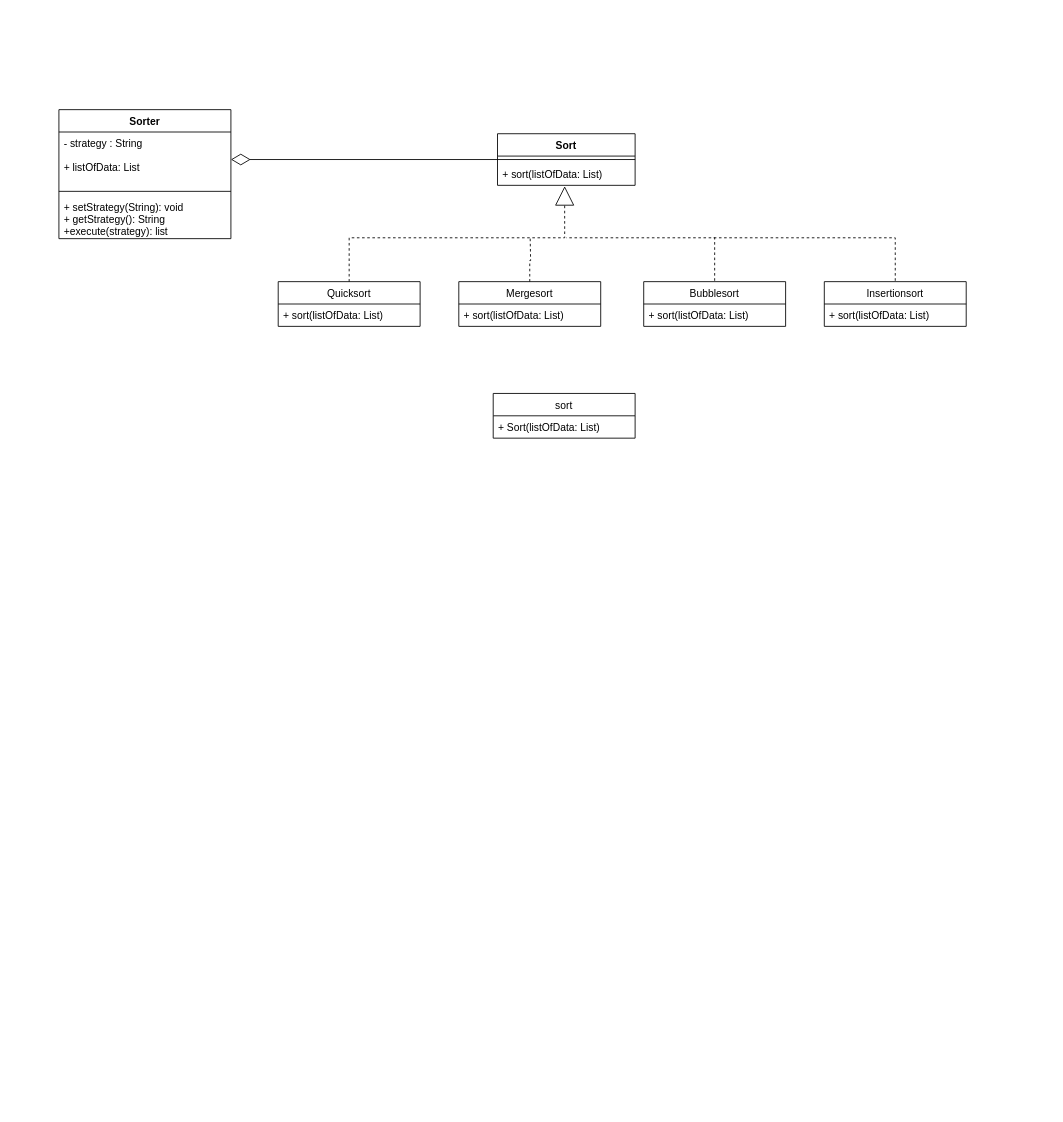
The draw.io diagram page "Page-1" (1 of 2) of SE-HW3.drawio in LiamFallon213/charts-diagrams.net-, before the edit. Source tidied: cells renumbered, new cells numbered last; positions are measured from the earlier drawing's top-left corner, leaving out a move shared by most shapes. Both pictures are drawn from the tidied source at 86%, with x=0, y=0 at pixel (58, 109).
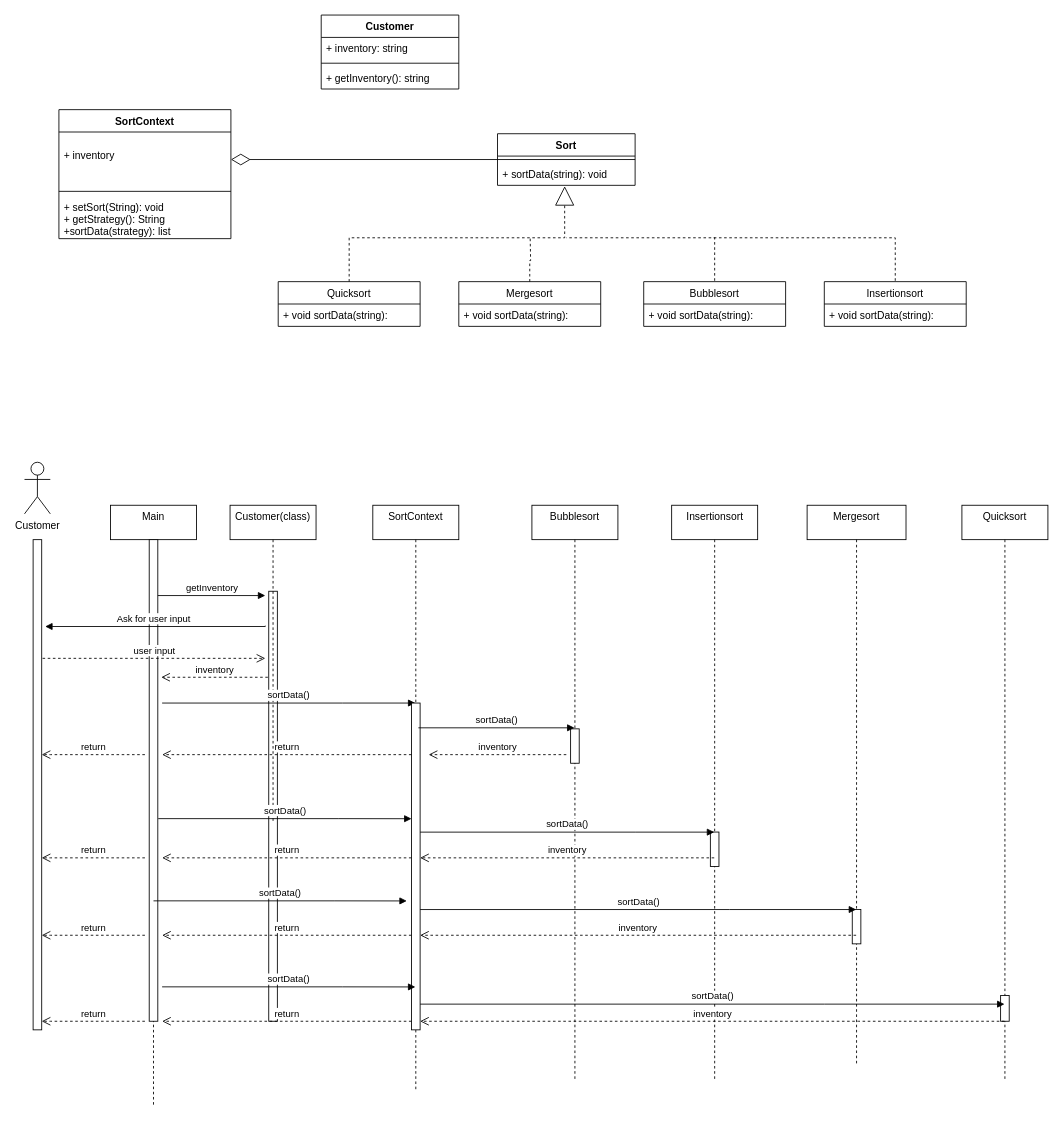
The same page after the edit.

The change refers to these unchanged cells:
```xml
<mxCell id="7" value="Sort" style="swimlane;fontStyle=1;align=center;verticalAlign=top;horizontal=1;startSize=26;" parent="1" vertex="1">
  <mxGeometry x="510" y="28" width="160" height="60" as="geometry" />
</mxCell>
<mxCell id="11" value="Quicksort" style="swimlane;fontStyle=0;horizontal=1;startSize=26;fillColor=none;" parent="1" vertex="1">
  <mxGeometry x="255" y="200" width="165" height="52" as="geometry" />
</mxCell>
<mxCell id="14" value="Mergesort" style="swimlane;fontStyle=0;horizontal=1;startSize=26;fillColor=none;" parent="1" vertex="1">
  <mxGeometry x="465" y="200" width="165" height="52" as="geometry" />
</mxCell>
<mxCell id="17" value="Insertionsort" style="swimlane;fontStyle=0;horizontal=1;startSize=26;fillColor=none;" parent="1" vertex="1">
  <mxGeometry x="890" y="200" width="165" height="52" as="geometry" />
</mxCell>
<mxCell id="20" value="Bubblesort" style="swimlane;fontStyle=0;horizontal=1;startSize=26;fillColor=none;" parent="1" vertex="1">
  <mxGeometry x="680" y="200" width="165" height="52" as="geometry" />
</mxCell>
```

The edit, as a diff of the source:
```diff
@@
+    <mxCell id="24" style="html=1;perimeter=orthogonalPerimeter;align=center;verticalAlign=top;" parent="1" vertex="1">
+      <mxGeometry x="244" y="560" width="10" height="500" as="geometry" />
+    </mxCell>
+    <mxCell id="25" value="Customer(class)" style="shape=umlLifeline;perimeter=lifelinePerimeter;whiteSpace=wrap;html=1;align=center;verticalAlign=top;" parent="1" vertex="1">
+      <mxGeometry x="199" y="460" width="100" height="370" as="geometry" />
+    </mxCell>
+    <mxCell id="26" value="sortData()" style="html=1;verticalAlign=bottom;endArrow=block;rounded=0;edgeStyle=orthogonalEdgeStyle;" parent="25" edge="1">
+      <mxGeometry relative="1" as="geometry">
+        <mxPoint x="-83.5" y="364.4" as="sourcePoint" />
+        <mxPoint x="211" y="364.5" as="targetPoint" />
+        <Array as="points">
+          <mxPoint x="126.5" y="364.4" />
+          <mxPoint x="126.5" y="364.4" />
+        </Array>
+      </mxGeometry>
+    </mxCell>
-    <mxCell id="2" value="Sorter" style="swimlane;fontStyle=1;align=center;verticalAlign=top;horizontal=1;startSize=26;" parent="1" vertex="1">
+    <mxCell id="2" value="SortContext" style="swimlane;fontStyle=1;align=center;verticalAlign=top;horizontal=1;startSize=26;" parent="1" vertex="1">
       <mxGeometry width="200" height="150" as="geometry" />
     </mxCell>
-    <mxCell id="3" value="- strategy : String&#10;&#10;+ listOfData: List&#10;&#10;&#10;" style="text;strokeColor=none;fillColor=none;align=left;verticalAlign=top;spacingLeft=4;spacingRight=4;overflow=hidden;points=[[0,0.5],[1,0.5]];portConstraint=eastwest;" parent="2" vertex="1">
+    <mxCell id="3" value="&#10;+ inventory&#10;&#10;&#10;" style="text;strokeColor=none;fillColor=none;align=left;verticalAlign=top;spacingLeft=4;spacingRight=4;overflow=hidden;points=[[0,0.5],[1,0.5]];portConstraint=eastwest;" parent="2" vertex="1">
       <mxGeometry y="26" width="200" height="64" as="geometry" />
     </mxCell>
@@
-    <mxCell id="5" value="+ setStrategy(String): void&#10;+ getStrategy(): String&#10;+execute(strategy): list&#10;" style="text;strokeColor=none;fillColor=none;align=left;verticalAlign=top;spacingLeft=4;spacingRight=4;overflow=hidden;" parent="2" vertex="1">
+    <mxCell id="5" value="+ setSort(String): void&#10;+ getStrategy(): String&#10;+sortData(strategy): list&#10;" style="text;strokeColor=none;fillColor=none;align=left;verticalAlign=top;spacingLeft=4;spacingRight=4;overflow=hidden;" parent="2" vertex="1">
       <mxGeometry y="100" width="200" height="50" as="geometry" />
     </mxCell>
@@
-    <mxCell id="9" value="+ sort(listOfData: List)" style="text;strokeColor=none;fillColor=none;align=left;verticalAlign=top;spacingLeft=4;spacingRight=4;overflow=hidden;points=[[0,0.5],[1,0.5]];portConstraint=eastwest;" parent="7" vertex="1">
+    <mxCell id="9" value="+ sortData(string): void" style="text;strokeColor=none;fillColor=none;align=left;verticalAlign=top;spacingLeft=4;spacingRight=4;overflow=hidden;points=[[0,0.5],[1,0.5]];portConstraint=eastwest;" parent="7" vertex="1">
       <mxGeometry y="34" width="160" height="26" as="geometry" />
     </mxCell>
@@
-    <mxCell id="12" value="+ sort(listOfData: List)" style="text;strokeColor=none;fillColor=none;align=left;verticalAlign=top;spacingLeft=4;spacingRight=4;overflow=hidden;" parent="11" vertex="1">
+    <mxCell id="12" value="+ void sortData(string): " style="text;strokeColor=none;fillColor=none;align=left;verticalAlign=top;spacingLeft=4;spacingRight=4;overflow=hidden;" parent="11" vertex="1">
       <mxGeometry y="26" width="165" height="26" as="geometry" />
     </mxCell>
@@
-    <mxCell id="15" value="+ sort(listOfData: List)" style="text;strokeColor=none;fillColor=none;align=left;verticalAlign=top;spacingLeft=4;spacingRight=4;overflow=hidden;" parent="14" vertex="1">
+    <mxCell id="15" value="+ void sortData(string):" style="text;strokeColor=none;fillColor=none;align=left;verticalAlign=top;spacingLeft=4;spacingRight=4;overflow=hidden;" parent="14" vertex="1">
       <mxGeometry y="26" width="165" height="26" as="geometry" />
     </mxCell>
@@
-    <mxCell id="18" value="+ sort(listOfData: List)" style="text;strokeColor=none;fillColor=none;align=left;verticalAlign=top;spacingLeft=4;spacingRight=4;overflow=hidden;" parent="17" vertex="1">
+    <mxCell id="18" value="+ void sortData(string):" style="text;strokeColor=none;fillColor=none;align=left;verticalAlign=top;spacingLeft=4;spacingRight=4;overflow=hidden;" parent="17" vertex="1">
       <mxGeometry y="26" width="165" height="26" as="geometry" />
     </mxCell>
@@
-    <mxCell id="21" value="+ sort(listOfData: List)" style="text;strokeColor=none;fillColor=none;align=left;verticalAlign=top;spacingLeft=4;spacingRight=4;overflow=hidden;" parent="20" vertex="1">
+    <mxCell id="21" value="+ void sortData(string):" style="text;strokeColor=none;fillColor=none;align=left;verticalAlign=top;spacingLeft=4;spacingRight=4;overflow=hidden;" parent="20" vertex="1">
       <mxGeometry y="26" width="165" height="26" as="geometry" />
     </mxCell>
-    <mxCell id="22" value="sort" style="swimlane;fontStyle=0;horizontal=1;startSize=26;fillColor=none;" parent="1" vertex="1">
-      <mxGeometry x="505" y="330" width="165" height="52" as="geometry" />
-    </mxCell>
-    <mxCell id="23" value="+ Sort(listOfData: List)" style="text;strokeColor=none;fillColor=none;align=left;verticalAlign=top;spacingLeft=4;spacingRight=4;overflow=hidden;" parent="22" vertex="1">
-      <mxGeometry y="26" width="165" height="26" as="geometry" />
-    </mxCell>
+    <mxCell id="27" value="Customer" style="swimlane;fontStyle=1;align=center;verticalAlign=top;horizontal=1;startSize=26;" parent="1" vertex="1">
+      <mxGeometry x="305" y="-110" width="160" height="86" as="geometry" />
+    </mxCell>
+    <mxCell id="28" value="+ inventory: string" style="text;strokeColor=none;fillColor=none;align=left;verticalAlign=top;spacingLeft=4;spacingRight=4;overflow=hidden;" parent="27" vertex="1">
+      <mxGeometry y="26" width="160" height="26" as="geometry" />
+    </mxCell>
+    <mxCell id="29" style="line;strokeWidth=1;fillColor=none;align=left;verticalAlign=middle;spacingTop=-1;spacingLeft=3;spacingRight=3;labelPosition=right;" parent="27" vertex="1">
+      <mxGeometry y="52" width="160" height="8" as="geometry" />
+    </mxCell>
+    <mxCell id="30" value="+ getInventory(): string" style="text;strokeColor=none;fillColor=none;align=left;verticalAlign=top;spacingLeft=4;spacingRight=4;overflow=hidden;" parent="27" vertex="1">
+      <mxGeometry y="60" width="160" height="26" as="geometry" />
+    </mxCell>
+    <mxCell id="31" value="Main" style="shape=umlLifeline;perimeter=lifelinePerimeter;whiteSpace=wrap;html=1;align=center;verticalAlign=top;" parent="1" vertex="1">
+      <mxGeometry x="60" y="460" width="100" height="700" as="geometry" />
+    </mxCell>
+    <mxCell id="32" style="html=1;perimeter=orthogonalPerimeter;align=center;verticalAlign=top;" parent="31" vertex="1">
+      <mxGeometry x="45" y="40" width="10" height="560" as="geometry" />
+    </mxCell>
+    <mxCell id="33" value="sortData()" style="html=1;verticalAlign=bottom;endArrow=block;rounded=0;edgeStyle=orthogonalEdgeStyle;" parent="31" edge="1" target="40">
+      <mxGeometry relative="1" as="geometry">
+        <mxPoint x="60" y="230" as="sourcePoint" />
+        <Array as="points">
+          <mxPoint x="270" y="230" />
+          <mxPoint x="270" y="230" />
+        </Array>
+      </mxGeometry>
+    </mxCell>
+    <mxCell id="34" value="getInventory" style="html=1;verticalAlign=bottom;endArrow=block;rounded=0;edgeStyle=orthogonalEdgeStyle;" parent="1" edge="1">
+      <mxGeometry relative="1" as="geometry">
+        <mxPoint x="115" y="565" as="sourcePoint" />
+        <mxPoint x="240" y="565" as="targetPoint" />
+        <Array as="points">
+          <mxPoint x="115" y="565" />
+          <mxPoint x="180" y="565" />
+        </Array>
+      </mxGeometry>
+    </mxCell>
+    <mxCell id="35" value="Customer" style="shape=umlActor;verticalLabelPosition=bottom;verticalAlign=top;html=1;" parent="1" vertex="1">
+      <mxGeometry x="-40" y="410" width="30" height="60" as="geometry" />
+    </mxCell>
+    <mxCell id="36" style="html=1;perimeter=orthogonalPerimeter;align=center;verticalAlign=top;" parent="1" vertex="1">
+      <mxGeometry x="-30" y="500" width="10" height="570" as="geometry" />
+    </mxCell>
+    <mxCell id="37" value="Ask for user input" style="html=1;verticalAlign=bottom;endArrow=block;rounded=0;edgeStyle=orthogonalEdgeStyle;" parent="1" edge="1">
+      <mxGeometry x="0.02" relative="1" as="geometry">
+        <mxPoint x="240" y="600" as="sourcePoint" />
+        <mxPoint x="-16" y="601" as="targetPoint" />
+        <Array as="points">
+          <mxPoint x="240" y="601" />
+          <mxPoint x="-16" y="601" />
+        </Array>
+      </mxGeometry>
+    </mxCell>
+    <mxCell id="38" value="user input" style="html=1;verticalAlign=bottom;endArrow=open;dashed=1;endSize=8;rounded=0;edgeStyle=orthogonalEdgeStyle;" parent="1" edge="1">
+      <mxGeometry relative="1" as="geometry">
+        <mxPoint x="-19" y="638" as="sourcePoint" />
+        <mxPoint x="240" y="638" as="targetPoint" />
+        <Array as="points">
+          <mxPoint x="-19" y="638" />
+        </Array>
+      </mxGeometry>
+    </mxCell>
+    <mxCell id="39" value="inventory" style="html=1;verticalAlign=bottom;endArrow=open;dashed=1;endSize=8;rounded=0;edgeStyle=orthogonalEdgeStyle;" parent="1" edge="1">
+      <mxGeometry relative="1" as="geometry">
+        <mxPoint x="243" y="660" as="sourcePoint" />
+        <mxPoint x="119" y="660" as="targetPoint" />
+        <Array as="points">
+          <mxPoint x="243" y="660" />
+          <mxPoint x="119" y="660" />
+        </Array>
+      </mxGeometry>
+    </mxCell>
+    <mxCell id="40" value="SortContext" style="shape=umlLifeline;perimeter=lifelinePerimeter;whiteSpace=wrap;html=1;outlineConnect=0;align=center;verticalAlign=top;" parent="1" vertex="1">
+      <mxGeometry x="365" y="460" width="100" height="680" as="geometry" />
+    </mxCell>
+    <mxCell id="41" style="html=1;perimeter=orthogonalPerimeter;align=center;verticalAlign=top;" parent="40" vertex="1">
+      <mxGeometry x="45" y="230" width="10" height="380" as="geometry" />
+    </mxCell>
+    <mxCell id="42" value="inventory" style="html=1;verticalAlign=bottom;endArrow=open;dashed=1;endSize=8;rounded=0;edgeStyle=orthogonalEdgeStyle;" parent="40" edge="1">
+      <mxGeometry relative="1" as="geometry">
+        <mxPoint x="225" y="290" as="sourcePoint" />
+        <mxPoint x="65" y="290" as="targetPoint" />
+      </mxGeometry>
+    </mxCell>
+    <mxCell id="43" value="Quicksort" style="shape=umlLifeline;perimeter=lifelinePerimeter;whiteSpace=wrap;html=1;outlineConnect=0;align=center;verticalAlign=top;" parent="1" vertex="1">
+      <mxGeometry x="1050" y="460" width="100" height="670" as="geometry" />
+    </mxCell>
+    <mxCell id="44" style="html=1;perimeter=orthogonalPerimeter;align=center;verticalAlign=top;" parent="43" vertex="1">
+      <mxGeometry x="45" y="570" width="10" height="30" as="geometry" />
+    </mxCell>
+    <mxCell id="45" value="Bubblesort" style="shape=umlLifeline;perimeter=lifelinePerimeter;whiteSpace=wrap;html=1;outlineConnect=0;align=center;verticalAlign=top;" parent="1" vertex="1">
+      <mxGeometry x="550" y="460" width="100" height="670" as="geometry" />
+    </mxCell>
+    <mxCell id="46" style="html=1;perimeter=orthogonalPerimeter;align=center;verticalAlign=top;" parent="45" vertex="1">
+      <mxGeometry x="45" y="260" width="10" height="40" as="geometry" />
+    </mxCell>
+    <mxCell id="47" value="sortData()" style="html=1;verticalAlign=bottom;endArrow=block;rounded=0;edgeStyle=orthogonalEdgeStyle;" parent="45" edge="1" target="45">
+      <mxGeometry relative="1" as="geometry">
+        <mxPoint x="-132" y="258.8" as="sourcePoint" />
+        <Array as="points">
+          <mxPoint y="259" />
+          <mxPoint y="259" />
+        </Array>
+      </mxGeometry>
+    </mxCell>
+    <mxCell id="48" value="Mergesort" style="shape=umlLifeline;perimeter=lifelinePerimeter;whiteSpace=wrap;html=1;outlineConnect=0;align=center;verticalAlign=top;" parent="1" vertex="1">
+      <mxGeometry x="870" y="460" width="115" height="650" as="geometry" />
+    </mxCell>
+    <mxCell id="49" style="html=1;perimeter=orthogonalPerimeter;align=center;verticalAlign=top;" parent="48" vertex="1">
+      <mxGeometry x="52.5" y="470" width="10" height="40" as="geometry" />
+    </mxCell>
+    <mxCell id="50" value="Insertionsort" style="shape=umlLifeline;perimeter=lifelinePerimeter;whiteSpace=wrap;html=1;outlineConnect=0;align=center;verticalAlign=top;" parent="1" vertex="1">
+      <mxGeometry x="712.5" y="460" width="100" height="670" as="geometry" />
+    </mxCell>
+    <mxCell id="51" style="html=1;perimeter=orthogonalPerimeter;align=center;verticalAlign=top;" parent="50" vertex="1">
+      <mxGeometry x="45" y="380" width="10" height="40" as="geometry" />
+    </mxCell>
+    <mxCell id="52" value="return" style="html=1;verticalAlign=bottom;endArrow=open;dashed=1;endSize=8;rounded=0;edgeStyle=orthogonalEdgeStyle;" parent="1" edge="1">
+      <mxGeometry relative="1" as="geometry">
+        <mxPoint x="410" y="750" as="sourcePoint" />
+        <mxPoint x="120" y="750" as="targetPoint" />
+        <Array as="points">
+          <mxPoint x="200" y="750" />
+          <mxPoint x="200" y="750" />
+        </Array>
+      </mxGeometry>
+    </mxCell>
+    <mxCell id="53" value="return" style="html=1;verticalAlign=bottom;endArrow=open;dashed=1;endSize=8;rounded=0;edgeStyle=orthogonalEdgeStyle;" parent="1" edge="1">
+      <mxGeometry relative="1" as="geometry">
+        <mxPoint x="100" y="750" as="sourcePoint" />
+        <mxPoint x="-20" y="750" as="targetPoint" />
+        <Array as="points">
+          <mxPoint x="-10" y="750" />
+          <mxPoint x="-10" y="750" />
+        </Array>
+      </mxGeometry>
+    </mxCell>
+    <mxCell id="54" value="sortData()" style="html=1;verticalAlign=bottom;endArrow=block;rounded=0;edgeStyle=orthogonalEdgeStyle;" parent="1" edge="1">
+      <mxGeometry relative="1" as="geometry">
+        <mxPoint x="110" y="920" as="sourcePoint" />
+        <mxPoint x="404.5" y="920.1" as="targetPoint" />
+        <Array as="points">
+          <mxPoint x="320" y="920" />
+          <mxPoint x="320" y="920" />
+        </Array>
+      </mxGeometry>
+    </mxCell>
+    <mxCell id="55" value="sortData()" style="html=1;verticalAlign=bottom;endArrow=block;rounded=0;edgeStyle=orthogonalEdgeStyle;" parent="1" edge="1">
+      <mxGeometry relative="1" as="geometry">
+        <mxPoint x="120" y="1020" as="sourcePoint" />
+        <mxPoint x="414.5" y="1020.1" as="targetPoint" />
+        <Array as="points">
+          <mxPoint x="330" y="1020" />
+          <mxPoint x="330" y="1020" />
+        </Array>
+      </mxGeometry>
+    </mxCell>
+    <mxCell id="56" value="sortData()" style="html=1;verticalAlign=bottom;endArrow=block;rounded=0;edgeStyle=orthogonalEdgeStyle;" parent="1" edge="1" target="50">
+      <mxGeometry relative="1" as="geometry">
+        <mxPoint x="420" y="840.1" as="sourcePoint" />
+        <Array as="points">
+          <mxPoint x="670" y="840" />
+          <mxPoint x="670" y="840" />
+        </Array>
+      </mxGeometry>
+    </mxCell>
+    <mxCell id="57" value="sortData()" style="html=1;verticalAlign=bottom;endArrow=block;rounded=0;edgeStyle=orthogonalEdgeStyle;" parent="1" edge="1" target="48">
+      <mxGeometry relative="1" as="geometry">
+        <mxPoint x="420" y="930.1" as="sourcePoint" />
+        <Array as="points">
+          <mxPoint x="780" y="930" />
+          <mxPoint x="780" y="930" />
+        </Array>
+      </mxGeometry>
+    </mxCell>
+    <mxCell id="58" value="sortData()" style="html=1;verticalAlign=bottom;endArrow=block;rounded=0;edgeStyle=orthogonalEdgeStyle;" parent="1" edge="1" target="43">
+      <mxGeometry relative="1" as="geometry">
+        <mxPoint x="420" y="1040.1" as="sourcePoint" />
+        <Array as="points">
+          <mxPoint x="890" y="1040" />
+          <mxPoint x="890" y="1040" />
+        </Array>
+      </mxGeometry>
+    </mxCell>
+    <mxCell id="59" value="inventory" style="html=1;verticalAlign=bottom;endArrow=open;dashed=1;endSize=8;rounded=0;edgeStyle=orthogonalEdgeStyle;" parent="1" edge="1" source="50">
+      <mxGeometry relative="1" as="geometry">
+        <mxPoint x="420" y="870" as="targetPoint" />
+        <Array as="points">
+          <mxPoint x="660" y="870" />
+          <mxPoint x="660" y="870" />
+        </Array>
+      </mxGeometry>
+    </mxCell>
+    <mxCell id="60" value="inventory" style="html=1;verticalAlign=bottom;endArrow=open;dashed=1;endSize=8;rounded=0;edgeStyle=orthogonalEdgeStyle;" parent="1" edge="1" source="48">
+      <mxGeometry relative="1" as="geometry">
+        <mxPoint x="420" y="960" as="targetPoint" />
+        <Array as="points">
+          <mxPoint x="790" y="960" />
+          <mxPoint x="790" y="960" />
+        </Array>
+      </mxGeometry>
+    </mxCell>
+    <mxCell id="61" value="inventory" style="html=1;verticalAlign=bottom;endArrow=open;dashed=1;endSize=8;rounded=0;edgeStyle=orthogonalEdgeStyle;" parent="1" edge="1" source="43">
+      <mxGeometry relative="1" as="geometry">
+        <mxPoint x="420" y="1060" as="targetPoint" />
+        <Array as="points">
+          <mxPoint x="930" y="1060" />
+          <mxPoint x="930" y="1060" />
+        </Array>
+      </mxGeometry>
+    </mxCell>
+    <mxCell id="62" value="return" style="html=1;verticalAlign=bottom;endArrow=open;dashed=1;endSize=8;rounded=0;edgeStyle=orthogonalEdgeStyle;" parent="1" edge="1">
+      <mxGeometry relative="1" as="geometry">
+        <mxPoint x="410" y="870" as="sourcePoint" />
+        <mxPoint x="120" y="870" as="targetPoint" />
+        <Array as="points">
+          <mxPoint x="200" y="870" />
+          <mxPoint x="200" y="870" />
+        </Array>
+      </mxGeometry>
+    </mxCell>
+    <mxCell id="63" value="return" style="html=1;verticalAlign=bottom;endArrow=open;dashed=1;endSize=8;rounded=0;edgeStyle=orthogonalEdgeStyle;" parent="1" edge="1">
+      <mxGeometry relative="1" as="geometry">
+        <mxPoint x="100" y="870" as="sourcePoint" />
+        <mxPoint x="-20" y="870" as="targetPoint" />
+        <Array as="points">
+          <mxPoint x="-10" y="870" />
+          <mxPoint x="-10" y="870" />
+        </Array>
+      </mxGeometry>
+    </mxCell>
+    <mxCell id="64" value="return" style="html=1;verticalAlign=bottom;endArrow=open;dashed=1;endSize=8;rounded=0;edgeStyle=orthogonalEdgeStyle;" parent="1" edge="1">
+      <mxGeometry relative="1" as="geometry">
+        <mxPoint x="410" y="960" as="sourcePoint" />
+        <mxPoint x="120" y="960" as="targetPoint" />
+        <Array as="points">
+          <mxPoint x="200" y="960" />
+          <mxPoint x="200" y="960" />
+        </Array>
+      </mxGeometry>
+    </mxCell>
+    <mxCell id="65" value="return" style="html=1;verticalAlign=bottom;endArrow=open;dashed=1;endSize=8;rounded=0;edgeStyle=orthogonalEdgeStyle;" parent="1" edge="1">
+      <mxGeometry relative="1" as="geometry">
+        <mxPoint x="100" y="960" as="sourcePoint" />
+        <mxPoint x="-20" y="960" as="targetPoint" />
+        <Array as="points">
+          <mxPoint x="-10" y="960" />
+          <mxPoint x="-10" y="960" />
+        </Array>
+      </mxGeometry>
+    </mxCell>
+    <mxCell id="66" value="return" style="html=1;verticalAlign=bottom;endArrow=open;dashed=1;endSize=8;rounded=0;edgeStyle=orthogonalEdgeStyle;" parent="1" edge="1">
+      <mxGeometry relative="1" as="geometry">
+        <mxPoint x="410" y="1060" as="sourcePoint" />
+        <mxPoint x="120" y="1060" as="targetPoint" />
+        <Array as="points">
+          <mxPoint x="200" y="1060" />
+          <mxPoint x="200" y="1060" />
+        </Array>
+      </mxGeometry>
+    </mxCell>
+    <mxCell id="67" value="return" style="html=1;verticalAlign=bottom;endArrow=open;dashed=1;endSize=8;rounded=0;edgeStyle=orthogonalEdgeStyle;" parent="1" edge="1">
+      <mxGeometry relative="1" as="geometry">
+        <mxPoint x="100" y="1060" as="sourcePoint" />
+        <mxPoint x="-20" y="1060" as="targetPoint" />
+        <Array as="points">
+          <mxPoint x="-10" y="1060" />
+          <mxPoint x="-10" y="1060" />
+        </Array>
+      </mxGeometry>
+    </mxCell>
```
